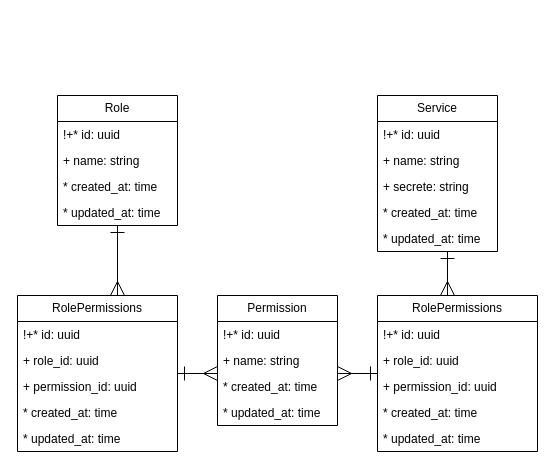
Above: page "Auth" (11 of 11) of docs/entity_relationship.drawio in IrusHunter/duckademic (draw.io), before the change. Source tidied: cells renumbered, new cells numbered last; positions are measured from the earlier drawing's top-left corner, leaving out a move shared by most shapes. Both pictures are drawn from the tidied source at 100%, with x=0, y=0 at pixel (17, 95).
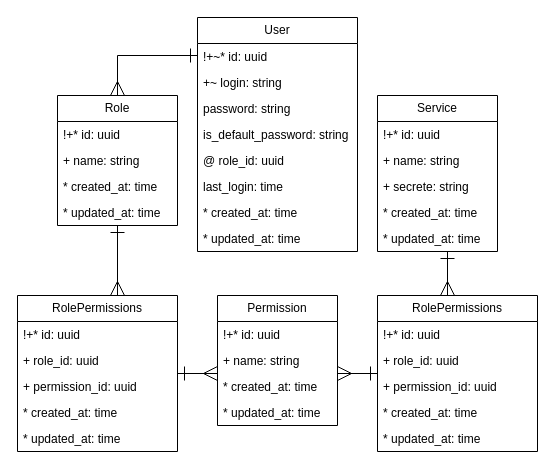
The same diagram, later.

Unchanged cells that the change refers to:
```xml
<mxCell id="13" value="Role" style="swimlane;fontStyle=0;horizontal=1;startSize=26;fillColor=none;whiteSpace=wrap;html=1;" parent="1" vertex="1">
  <mxGeometry x="40" width="120" height="130" as="geometry" />
</mxCell>
```

The edit, as a diff of the source:
```diff
@@
+    <mxCell id="34" value="User" style="swimlane;fontStyle=0;horizontal=1;startSize=26;fillColor=none;whiteSpace=wrap;html=1;" parent="1" vertex="1">
+      <mxGeometry x="180" y="-78" width="160" height="234" as="geometry" />
+    </mxCell>
+    <mxCell id="35" value="!+~* id: uuid" style="text;strokeColor=none;fillColor=none;align=left;verticalAlign=top;spacingLeft=4;spacingRight=4;overflow=hidden;whiteSpace=wrap;html=1;" parent="34" vertex="1">
+      <mxGeometry y="26" width="160" height="26" as="geometry" />
+    </mxCell>
+    <mxCell id="36" value="+~ login: string" style="text;strokeColor=none;fillColor=none;align=left;verticalAlign=top;spacingLeft=4;spacingRight=4;overflow=hidden;whiteSpace=wrap;html=1;" parent="34" vertex="1">
+      <mxGeometry y="52" width="160" height="26" as="geometry" />
+    </mxCell>
+    <mxCell id="37" value="password: string" style="text;strokeColor=none;fillColor=none;align=left;verticalAlign=top;spacingLeft=4;spacingRight=4;overflow=hidden;whiteSpace=wrap;html=1;" parent="34" vertex="1">
+      <mxGeometry y="78" width="160" height="26" as="geometry" />
+    </mxCell>
+    <mxCell id="38" value="is_default_password: string" style="text;strokeColor=none;fillColor=none;align=left;verticalAlign=top;spacingLeft=4;spacingRight=4;overflow=hidden;whiteSpace=wrap;html=1;" parent="34" vertex="1">
+      <mxGeometry y="104" width="160" height="26" as="geometry" />
+    </mxCell>
+    <mxCell id="39" value="@ role_id: uuid" style="text;strokeColor=none;fillColor=none;align=left;verticalAlign=top;spacingLeft=4;spacingRight=4;overflow=hidden;whiteSpace=wrap;html=1;" parent="34" vertex="1">
+      <mxGeometry y="130" width="160" height="26" as="geometry" />
+    </mxCell>
+    <mxCell id="40" value="last_login: time" style="text;strokeColor=none;fillColor=none;align=left;verticalAlign=top;spacingLeft=4;spacingRight=4;overflow=hidden;whiteSpace=wrap;html=1;" parent="34" vertex="1">
+      <mxGeometry y="156" width="160" height="26" as="geometry" />
+    </mxCell>
+    <mxCell id="41" value="* created_at: time" style="text;strokeColor=none;fillColor=none;align=left;verticalAlign=top;spacingLeft=4;spacingRight=4;overflow=hidden;whiteSpace=wrap;html=1;" parent="34" vertex="1">
+      <mxGeometry y="182" width="160" height="26" as="geometry" />
+    </mxCell>
+    <mxCell id="42" value="* updated_at: time" style="text;strokeColor=none;fillColor=none;align=left;verticalAlign=top;spacingLeft=4;spacingRight=4;overflow=hidden;whiteSpace=wrap;html=1;" parent="34" vertex="1">
+      <mxGeometry y="208" width="160" height="26" as="geometry" />
+    </mxCell>
+    <mxCell id="43" style="edgeStyle=orthogonalEdgeStyle;html=1;startArrow=ERone;startFill=0;endArrow=ERmany;endFill=0;endSize=12;startSize=12;strokeWidth=1;rounded=0;curved=0;jumpStyle=line;" parent="1" edge="1" source="34" target="13">
+      <mxGeometry relative="1" as="geometry">
+        <Array as="points">
+          <mxPoint x="100" y="-40" />
+        </Array>
+      </mxGeometry>
+    </mxCell>
```
